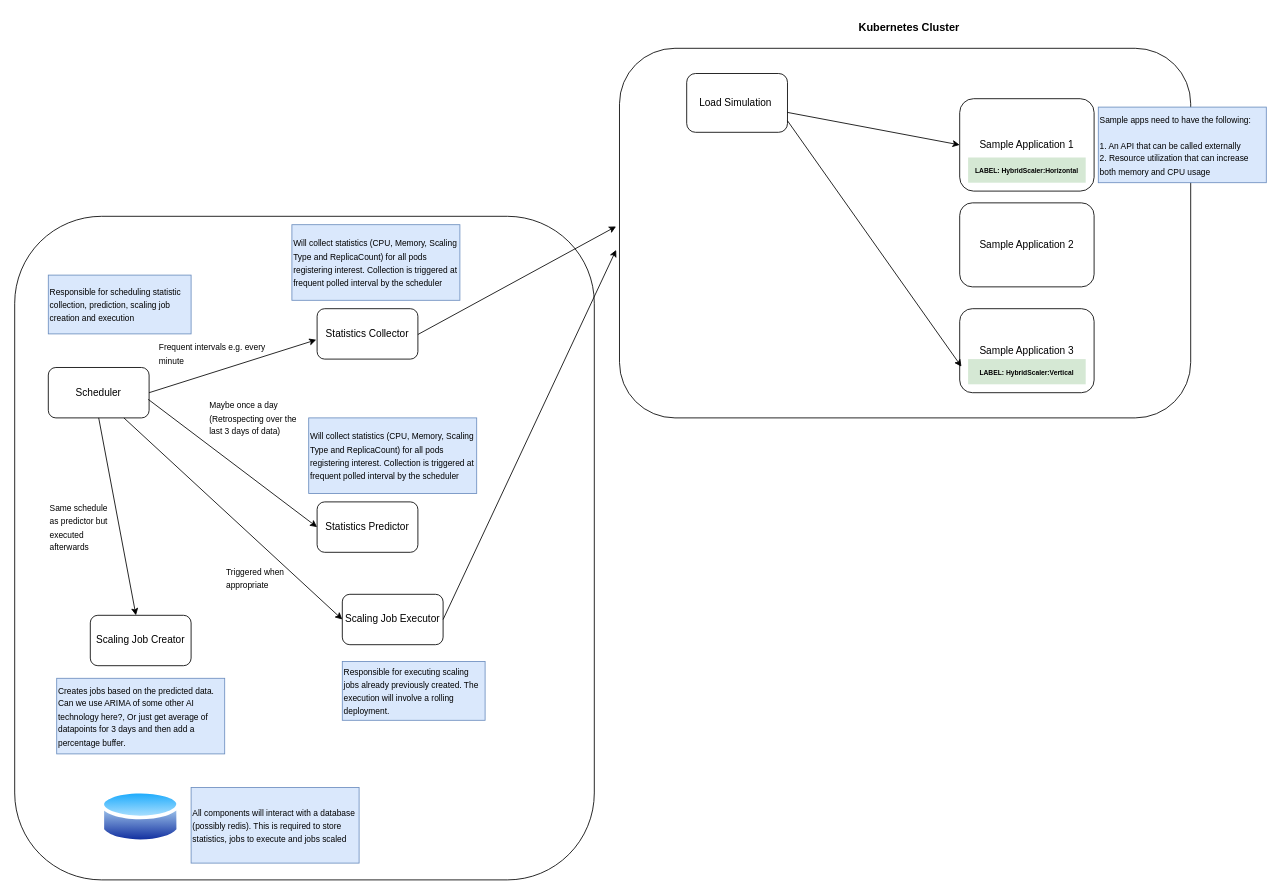
The draw.io diagram High level design.drawio in kerrystack/msc-project, before the edit. Source tidied: cells renumbered, new cells numbered last; positions are measured from the earlier drawing's top-left corner, leaving out a move shared by most shapes. Both pictures are drawn from the tidied source at 84%, with x=0, y=0 at pixel (14, 14).
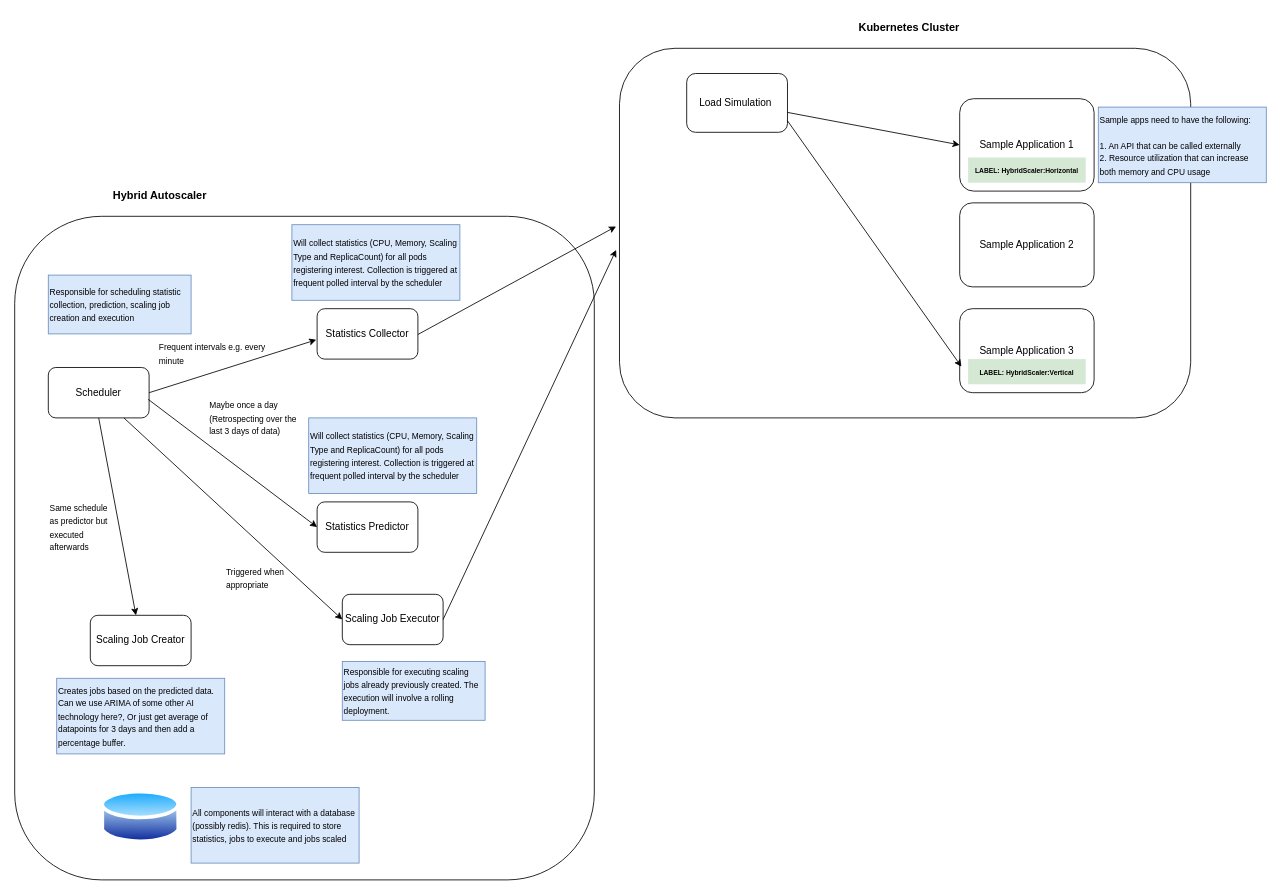
After the change.

Commit message:
Small label changes to diagram

What changed in the source:
```diff
@@
+    <mxCell id="36" value="&lt;font size=&quot;1&quot; style=&quot;&quot;&gt;&lt;b style=&quot;font-size: 13px;&quot;&gt;Hybrid Autoscaler&lt;/b&gt;&lt;/font&gt;" style="rounded=0;whiteSpace=wrap;html=1;fillColor=none;strokeColor=none;" parent="1" vertex="1">
+      <mxGeometry x="102.7" y="200" width="140" height="30" as="geometry" />
+    </mxCell>
```
